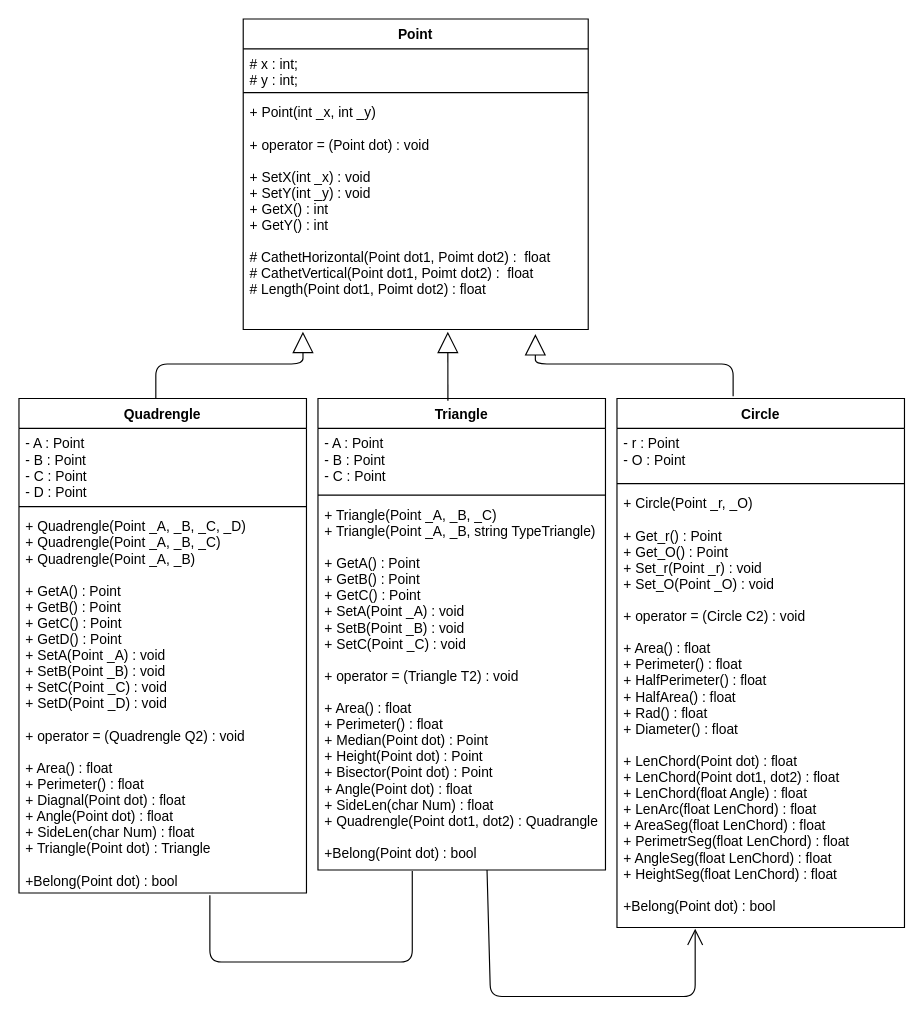
Above: Shapes.drawio in MAXXXYMIRON/OOP_-thrid_task (draw.io), before the change. Source tidied: cells renumbered, new cells numbered last; positions are measured from the earlier drawing's top-left corner, leaving out a move shared by most shapes. Both pictures are drawn from the tidied source at 115%, with x=0, y=0 at pixel (18, 18).
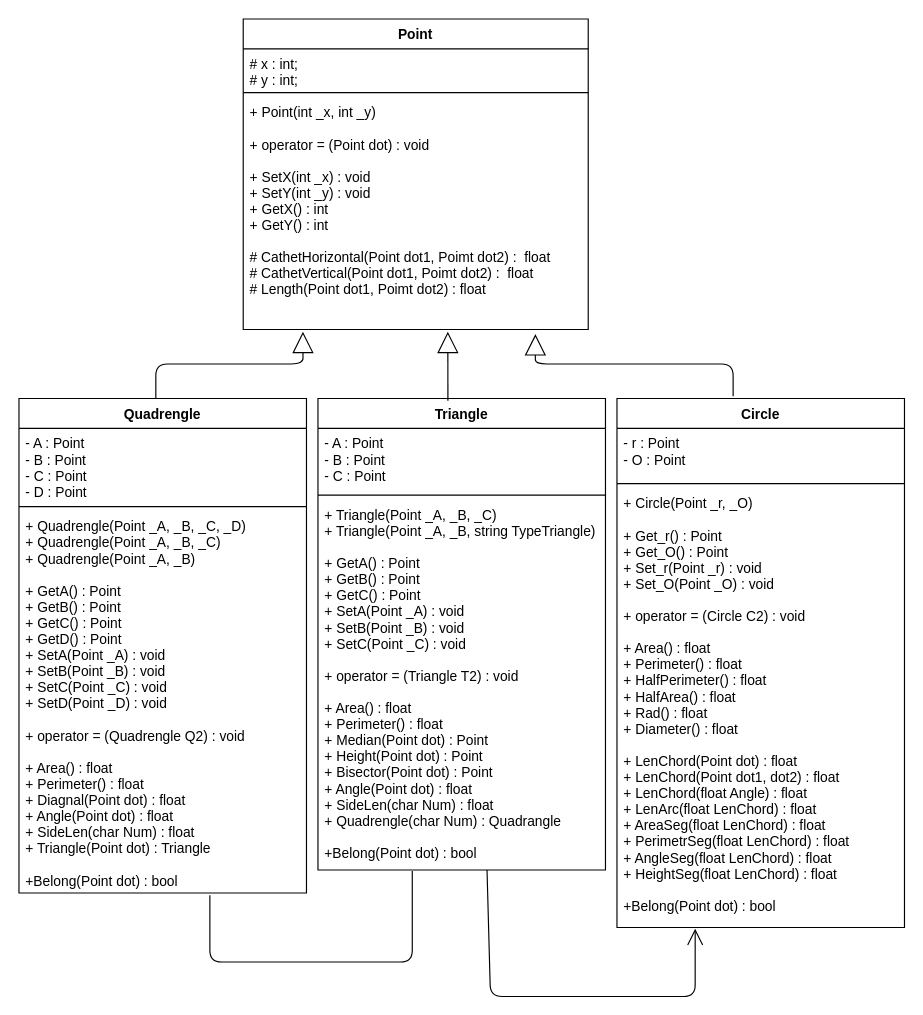
Above is the later version.

The change refers to these unchanged cells:
```xml
<mxCell id="10" value="Triangle" style="swimlane;fontStyle=1;align=center;verticalAlign=top;horizontal=1;startSize=26;" parent="1" vertex="1">
  <mxGeometry x="260" y="330" width="250" height="410" as="geometry" />
</mxCell>
```

Change to the diagram source:
```diff
@@
-    <mxCell id="13" value="+ Triangle(Point _A, _B, _C)&#10;+ Triangle(Point _A, _B, string TypeTriangle)&#10;&#10;+ GetA() : Point&#10;+ GetB() : Point&#10;+ GetC() : Point&#10;+ SetA(Point _A) : void&#10;+ SetB(Point _B) : void&#10;+ SetC(Point _C) : void&#10;&#10;+ operator = (Triangle T2) : void&#10;&#10;+ Area() : float&#10;+ Perimeter() : float&#10;+ Median(Point dot) : Point&#10;+ Height(Point dot) : Point&#10;+ Bisector(Point dot) : Point&#10;+ Angle(Point dot) : float&#10;+ SideLen(char Num) : float&#10;+ Quadrengle(Point dot1, dot2) : Quadrangle&#10;&#10;+Belong(Point dot) : bool" style="text;strokeColor=none;fillColor=none;align=left;verticalAlign=top;spacingLeft=4;spacingRight=4;overflow=hidden;points=[[0,0.5],[1,0.5]];portConstraint=eastwest;" parent="10" vertex="1">
+    <mxCell id="13" value="+ Triangle(Point _A, _B, _C)&#10;+ Triangle(Point _A, _B, string TypeTriangle)&#10;&#10;+ GetA() : Point&#10;+ GetB() : Point&#10;+ GetC() : Point&#10;+ SetA(Point _A) : void&#10;+ SetB(Point _B) : void&#10;+ SetC(Point _C) : void&#10;&#10;+ operator = (Triangle T2) : void&#10;&#10;+ Area() : float&#10;+ Perimeter() : float&#10;+ Median(Point dot) : Point&#10;+ Height(Point dot) : Point&#10;+ Bisector(Point dot) : Point&#10;+ Angle(Point dot) : float&#10;+ SideLen(char Num) : float&#10;+ Quadrengle(char Num) : Quadrangle&#10;&#10;+Belong(Point dot) : bool" style="text;strokeColor=none;fillColor=none;align=left;verticalAlign=top;spacingLeft=4;spacingRight=4;overflow=hidden;points=[[0,0.5],[1,0.5]];portConstraint=eastwest;" parent="10" vertex="1">
       <mxGeometry y="88" width="250" height="322" as="geometry" />
     </mxCell>
```
